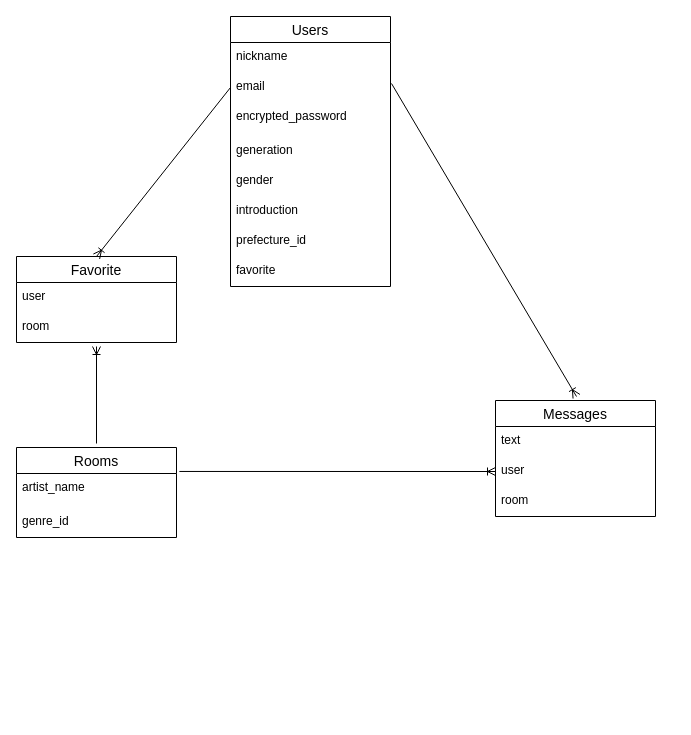
This is arti_cle.dio from Fuka-Aki/arti_cle, a draw.io file, before an edit. Source tidied: cells renumbered, new cells numbered last; positions are measured from the earlier drawing's top-left corner, leaving out a move shared by most shapes. Both pictures are drawn from the tidied source at 100%, with x=0, y=0 at pixel (16, 16).
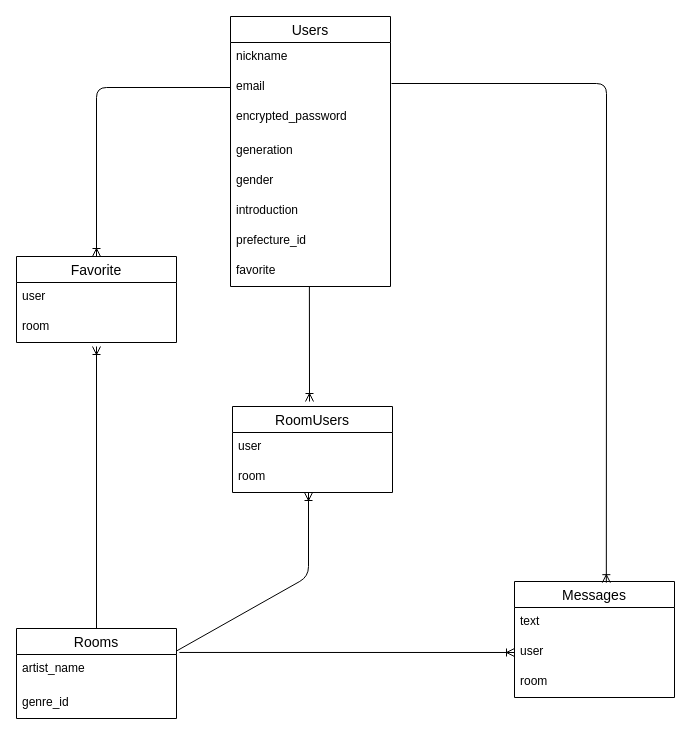
The same diagram, later.

Unchanged cells that the change refers to:
```xml
<mxCell id="4" value="email" style="text;strokeColor=none;fillColor=none;spacingLeft=4;spacingRight=4;overflow=hidden;points=[[0,0.5],[1,0.5]];portConstraint=eastwest;fontSize=12;" parent="2" vertex="1">
  <mxGeometry y="56" width="160" height="30" as="geometry" />
</mxCell>
<mxCell id="21" value="Favorite" style="swimlane;fontStyle=0;horizontal=1;startSize=26;align=center;fontSize=14;" parent="1" vertex="1">
  <mxGeometry y="240" width="160" height="86" as="geometry" />
</mxCell>
```

The edit, as a diff of the source:
```diff
@@
     <mxCell id="11" value="Rooms" style="swimlane;fontStyle=0;horizontal=1;startSize=26;align=center;fontSize=14;" parent="1" vertex="1">
-      <mxGeometry y="431" width="160" height="90" as="geometry" />
+      <mxGeometry y="612" width="160" height="90" as="geometry" />
     </mxCell>
@@
     <mxCell id="14" value="Messages" style="swimlane;fontStyle=0;horizontal=1;startSize=26;align=center;fontSize=14;" parent="1" vertex="1">
-      <mxGeometry x="479" y="384" width="160" height="116" as="geometry" />
+      <mxGeometry x="498" y="565" width="160" height="116" as="geometry" />
     </mxCell>
@@
-    <mxCell id="18" style="fontSize=12;html=1;endArrow=ERoneToMany;" parent="1" edge="1">
+    <mxCell id="18" style="fontSize=12;html=1;endArrow=ERoneToMany;exitX=0.5;exitY=0;exitDx=0;exitDy=0;" parent="1" edge="1" source="11">
       <mxGeometry relative="1" as="geometry">
-        <mxPoint x="80" y="427" as="sourcePoint" />
         <mxPoint x="80" y="330" as="targetPoint" />
       </mxGeometry>
     </mxCell>
-    <mxCell id="19" style="fontSize=12;html=1;endArrow=ERoneToMany;" parent="1" edge="1">
+    <mxCell id="19" style="fontSize=12;html=1;endArrow=ERoneToMany;entryX=0.574;entryY=0.01;entryDx=0;entryDy=0;entryPerimeter=0;" parent="1" edge="1" target="14">
       <mxGeometry relative="1" as="geometry">
         <mxPoint x="375" y="67" as="sourcePoint" />
-        <mxPoint x="560" y="380" as="targetPoint" />
+        <Array as="points">
+          <mxPoint x="590" y="67" />
+        </Array>
       </mxGeometry>
     </mxCell>
@@
     <mxCell id="24" style="fontSize=12;html=1;endArrow=ERoneToMany;exitX=0;exitY=0.5;exitDx=0;exitDy=0;entryX=0.5;entryY=0;entryDx=0;entryDy=0;" parent="1" edge="1" source="4" target="21">
-      <mxGeometry relative="1" as="geometry" />
+      <mxGeometry relative="1" as="geometry">
+        <Array as="points">
+          <mxPoint x="80" y="71" />
+        </Array>
+      </mxGeometry>
     </mxCell>
+    <mxCell id="25" value="RoomUsers" style="swimlane;fontStyle=0;horizontal=1;startSize=26;align=center;fontSize=14;" parent="1" vertex="1">
+      <mxGeometry x="216" y="390" width="160" height="86" as="geometry" />
+    </mxCell>
+    <mxCell id="26" value="user" style="text;strokeColor=none;fillColor=none;spacingLeft=4;spacingRight=4;overflow=hidden;fontSize=12;" parent="25" vertex="1">
+      <mxGeometry y="26" width="160" height="30" as="geometry" />
+    </mxCell>
+    <mxCell id="27" value="room" style="text;strokeColor=none;fillColor=none;spacingLeft=4;spacingRight=4;overflow=hidden;fontSize=12;" parent="25" vertex="1">
+      <mxGeometry y="56" width="160" height="30" as="geometry" />
+    </mxCell>
+    <mxCell id="28" style="fontSize=12;html=1;endArrow=ERoneToMany;exitX=1;exitY=0.25;exitDx=0;exitDy=0;" parent="1" edge="1" source="11">
+      <mxGeometry relative="1" as="geometry">
+        <mxPoint x="292" y="476" as="targetPoint" />
+        <Array as="points">
+          <mxPoint x="292" y="560" />
+        </Array>
+      </mxGeometry>
+    </mxCell>
+    <mxCell id="29" style="fontSize=12;html=1;endArrow=ERoneToMany;exitX=0.493;exitY=1.173;exitDx=0;exitDy=0;exitPerimeter=0;entryX=0.331;entryY=0;entryDx=0;entryDy=0;entryPerimeter=0;" parent="1" edge="1">
+      <mxGeometry relative="1" as="geometry">
+        <mxPoint x="292.9" y="270.2" as="sourcePoint" />
+        <mxPoint x="293" y="385" as="targetPoint" />
+      </mxGeometry>
+    </mxCell>
```
